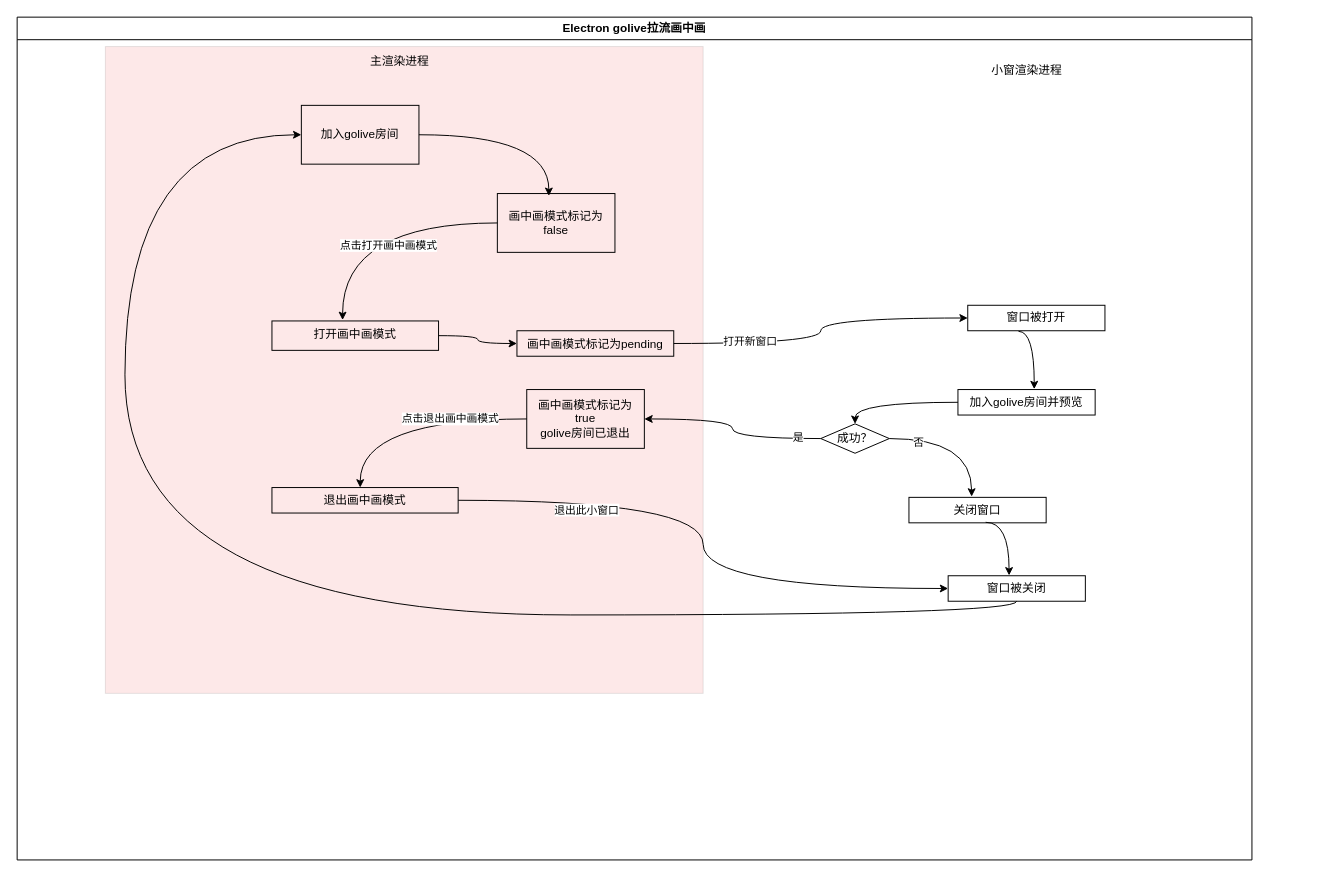
Above: 新窗口画中画.drawio in ccccccp/draw-io (draw.io), before the change. Source tidied: cells renumbered, new cells numbered last; positions are measured from the earlier drawing's top-left corner, leaving out a move shared by most shapes. Both pictures are drawn from the tidied source at 98%, with x=0, y=0 at pixel (17, 17).
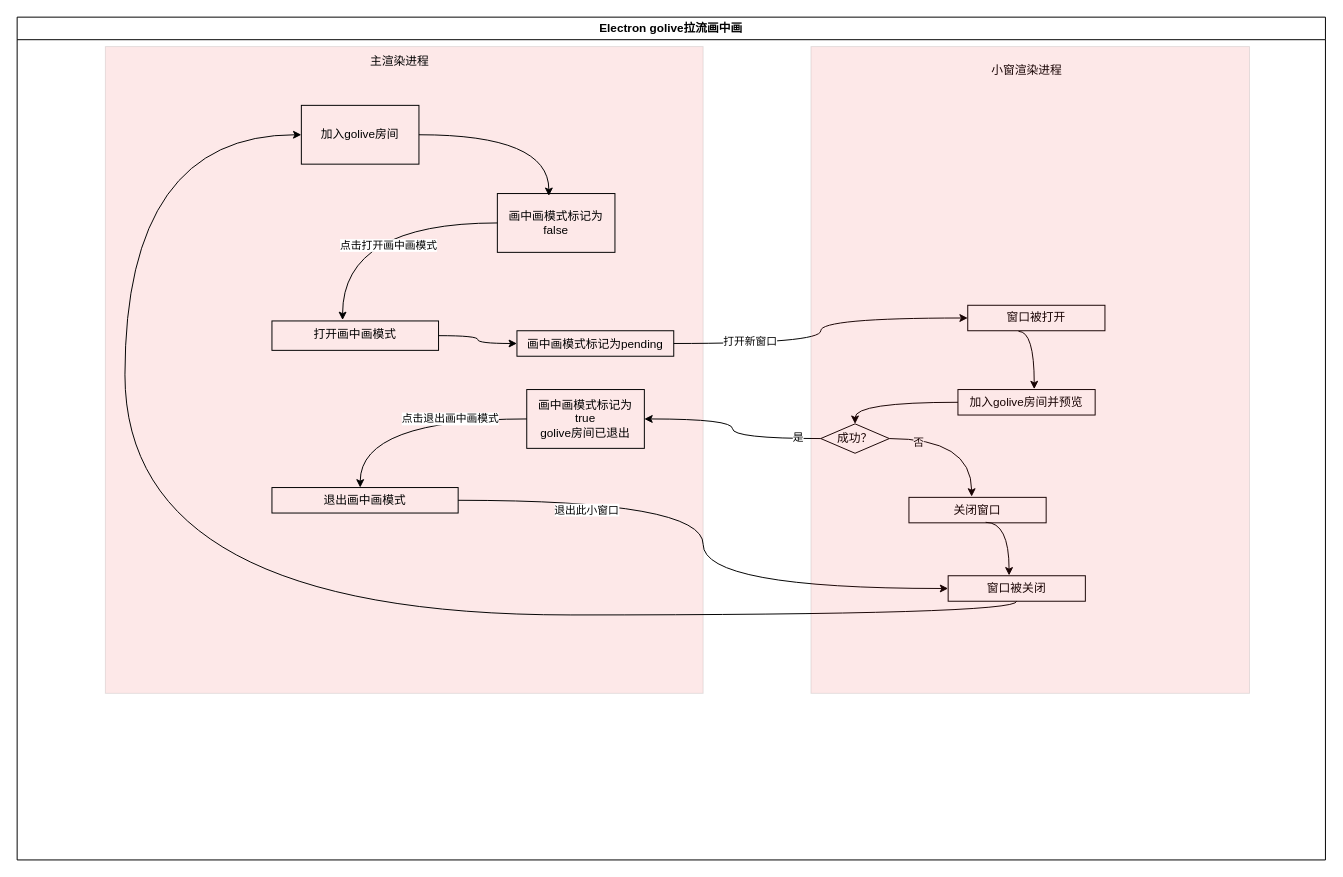
After the change.

Commit message:
更新新窗口画中画.drawio

What changed in the source:
```diff
@@
     <mxCell id="2" value="Electron golive拉流画中画" style="swimlane;whiteSpace=wrap;html=1;startSize=23;" parent="1" vertex="1">
-      <mxGeometry width="1260" height="860" as="geometry" />
+      <mxGeometry width="1335" height="860" as="geometry" />
     </mxCell>
@@
+    <mxCell id="35" style="rounded=0;whiteSpace=wrap;html=1;gradientColor=none;gradientDirection=east;fillColor=#ec2222;opacity=10;" parent="2" vertex="1">
+      <mxGeometry x="810" y="30" width="447.5" height="660" as="geometry" />
+    </mxCell>
```
